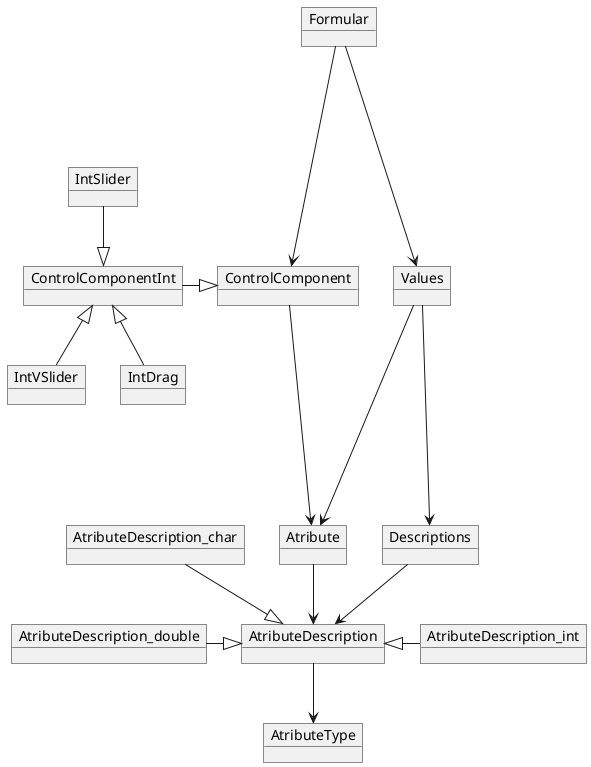
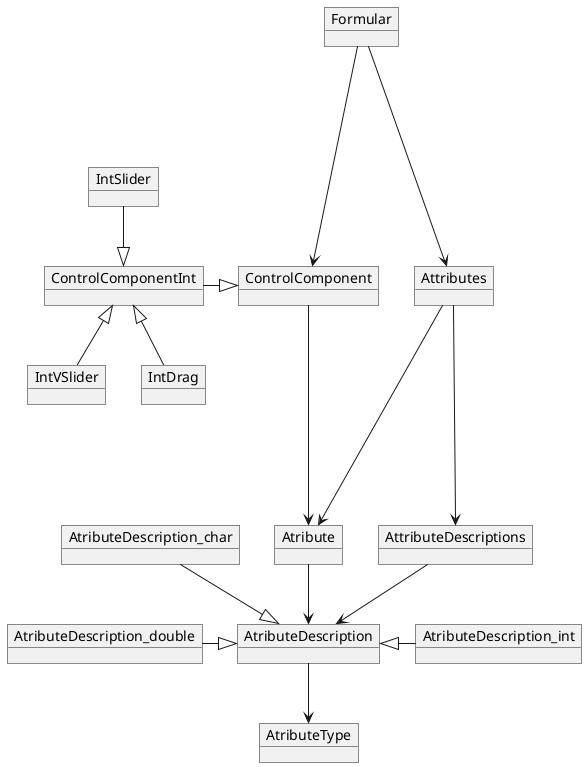
@startuml Uml
object AtributeType
object AtributeDescription
object AtributeDescription_int
object AtributeDescription_double
object AtributeDescription_char
- object Descriptions
+ object AttributeDescriptions

object Atribute
- object Values
+ object Attributes

object ControlComponent
object ControlComponentInt
object IntSlider
object IntVSlider
object IntDrag
object Formular
AtributeDescription -down-> AtributeType
AtributeDescription_int -left-|> AtributeDescription
AtributeDescription_double -right-|> AtributeDescription
AtributeDescription_char -down-|> AtributeDescription
- Descriptions -down-> AtributeDescription
+ AttributeDescriptions -down-> AtributeDescription
Atribute -down-> AtributeDescription
- Values -down---> Atribute
- Values ----> Descriptions
+ Attributes -down---> Atribute
+ Attributes ----> AttributeDescriptions
ControlComponent -> Atribute
ControlComponentInt -|> ControlComponent
IntSlider -down-|> ControlComponentInt
IntVSlider -up-|> ControlComponentInt
IntDrag -up-|> ControlComponentInt
- Formular ----> Values
+ Formular ----> Attributes
Formular ----> ControlComponent

@enduml